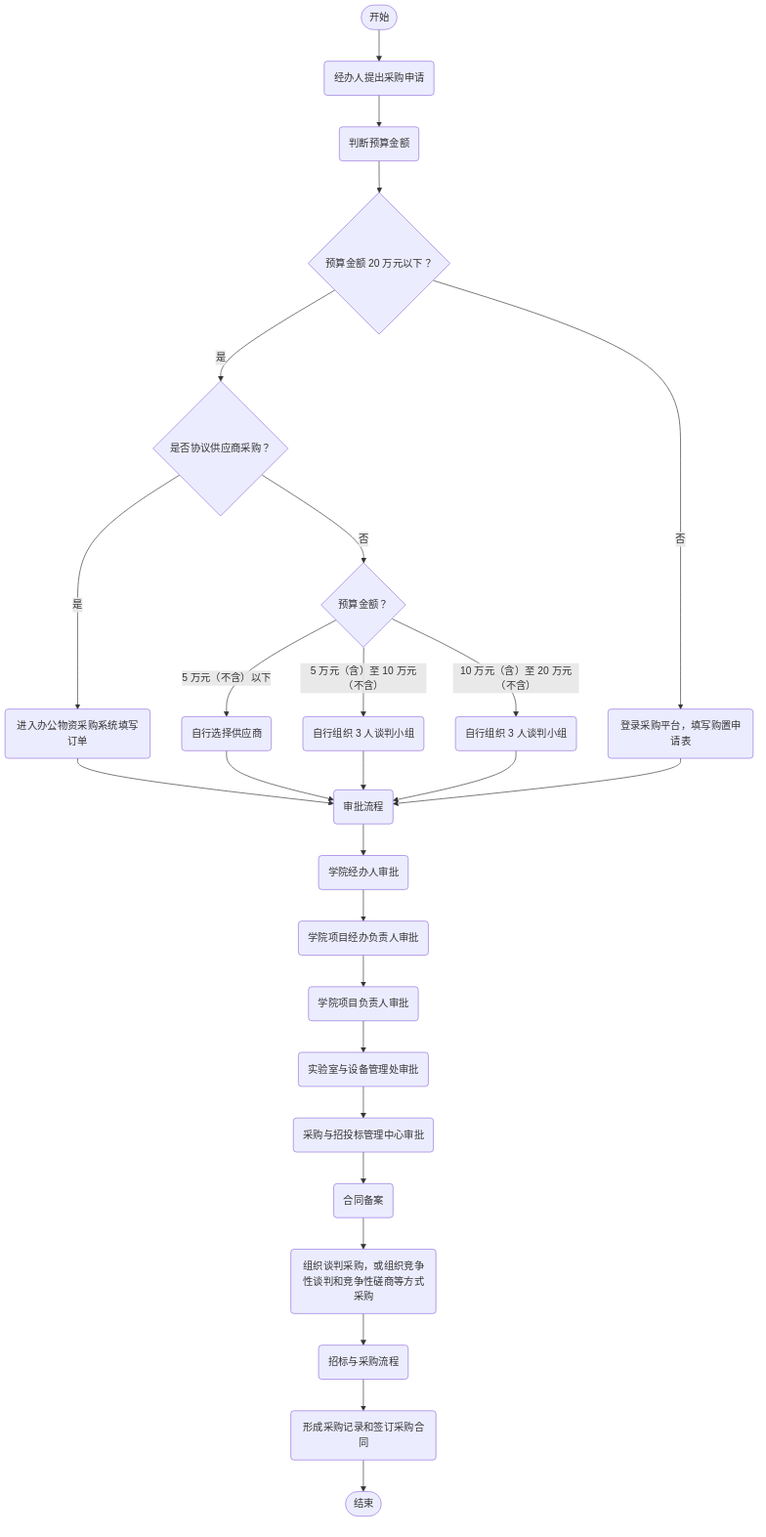
AmyIvan/work1 keeps this Mermaid diagram as outline2flow/flow_outputs/page_36.png. Above is the earlier version. Its source is kept beside it as outline2flow/mmd_outputs/page_36.mmd.
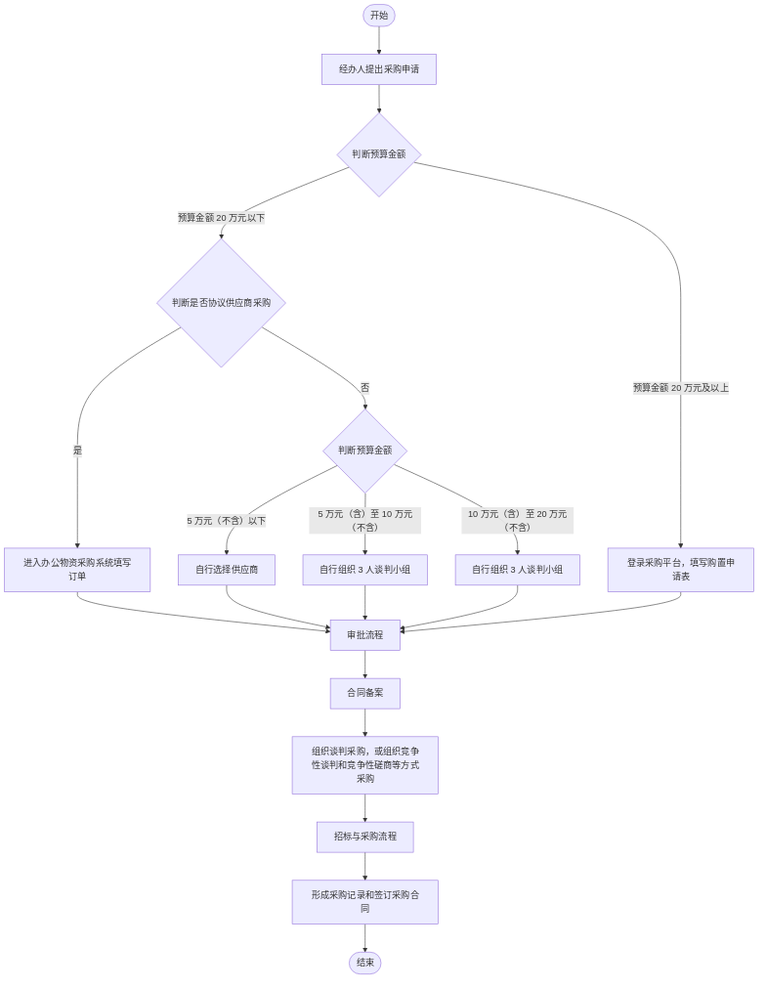
Later version of the same file.

What changed in the source:
```diff
@@ -1,26 +1,20 @@
 flowchart TD
-    Start(["开始"]) --> P1("经办人提出采购申请")
-    P1 --> P2("判断预算金额")
-    P2 --> P2A{"预算金额 20 万元以下？"}
-    P2A -- 是 --> P3{"是否协议供应商采购？"}
-    P3 -- 是 --> P4("进入办公物资采购系统填写订单")
-    P3 -- 否 --> P5{"预算金额？"}
-    P5 -- 5 万元（不含）以下 --> P6("自行选择供应商")
-    P5 -- 5 万元（含）至 10 万元（不含） --> P7("自行组织 3 人谈判小组")
-    P5 -- 10 万元（含）至 20 万元（不含） --> P8("自行组织 3 人谈判小组")
-    P2A -- 否 --> P9("登录采购平台，填写购置申请表")
-    P4 --> P10("审批流程")
+    Start(["开始"]) --> P1["经办人提出采购申请"]
+    P1 --> P2{"判断预算金额"}
+    P2 -->|预算金额 20 万元以下| P3{"判断是否协议供应商采购"}
+    P3 -->|是| P4["进入办公物资采购系统填写订单"]
+    P3 -->|否| P5{"判断预算金额"}
+    P5 -->|5 万元（不含）以下| P6["自行选择供应商"]
+    P5 -->|5 万元（含）至 10 万元（不含）| P7["自行组织 3 人谈判小组"]
+    P5 -->|10 万元（含）至 20 万元（不含）| P8["自行组织 3 人谈判小组"]
+    P2 -->|预算金额 20 万元及以上| P9["登录采购平台，填写购置申请表"]
+    P4 --> P10["审批流程"]
     P6 --> P10
     P7 --> P10
     P8 --> P10
     P9 --> P10
-    P10 --> P11("学院经办人审批")
-    P11 --> P12("学院项目经办负责人审批")
-    P12 --> P13("学院项目负责人审批")
-    P13 --> P14("实验室与设备管理处审批")
-    P14 --> P15("采购与招投标管理中心审批")
-    P15 --> P16("合同备案")
-    P16 --> P17("组织谈判采购，或组织竞争性谈判和竞争性磋商等方式采购")
-    P17 --> P18("招标与采购流程")
-    P18 --> P19("形成采购记录和签订采购合同")
-    P19 --> End(["结束"])
+    P10 --> P11["合同备案"]
+    P11 --> P12["组织谈判采购，或组织竞争性谈判和竞争性磋商等方式采购"]
+    P12 --> P13["招标与采购流程"]
+    P13 --> P14["形成采购记录和签订采购合同"]
+    P14 --> End(["结束"])
```
